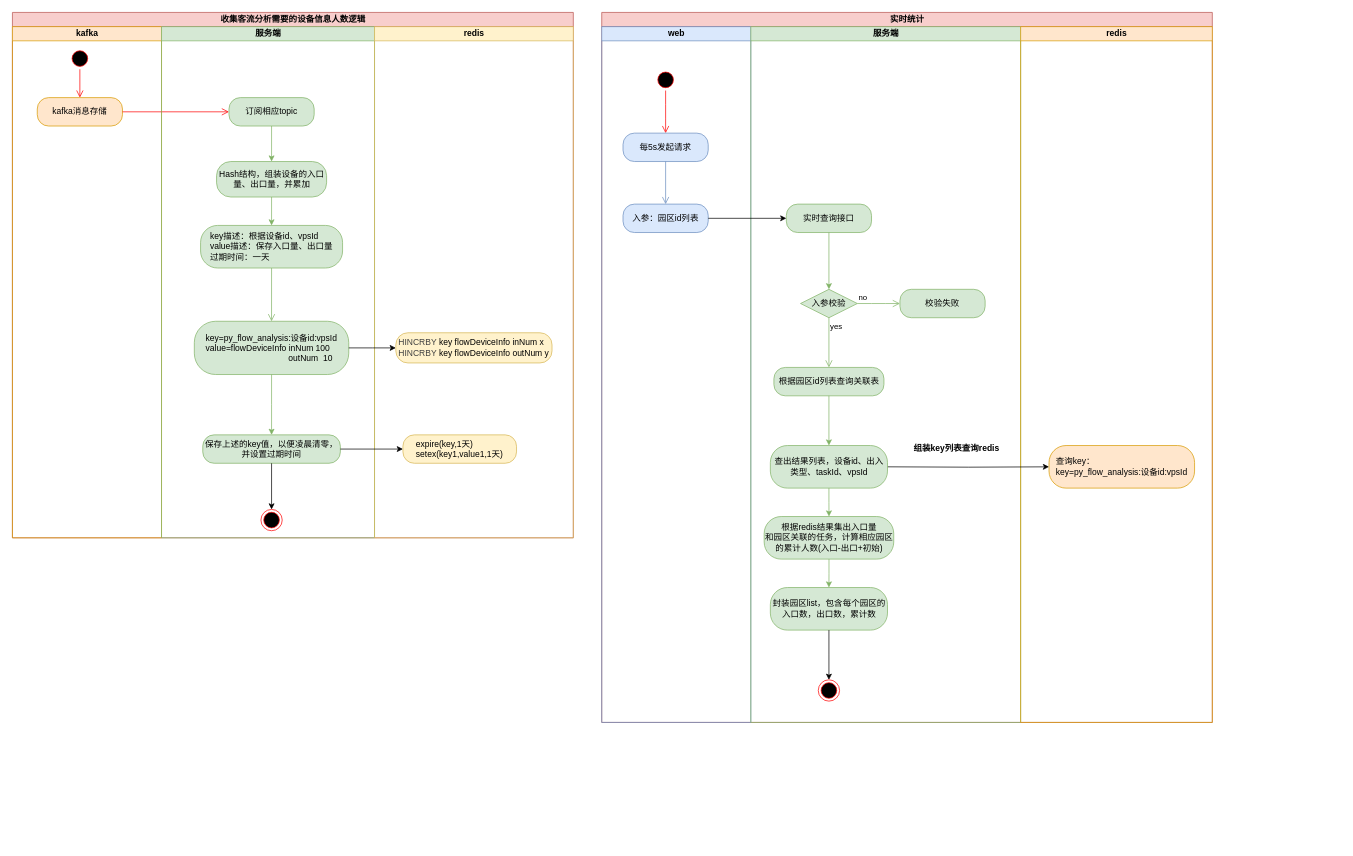
This is Untitled Diagram.drawio from yiwankb/spring-boot-demo, a draw.io file, before an edit. Source tidied: cells renumbered, new cells numbered last; positions are measured from the earlier drawing's top-left corner, leaving out a move shared by most shapes. Both pictures are drawn from the tidied source at 71%, with x=0, y=0 at pixel (12, 12).
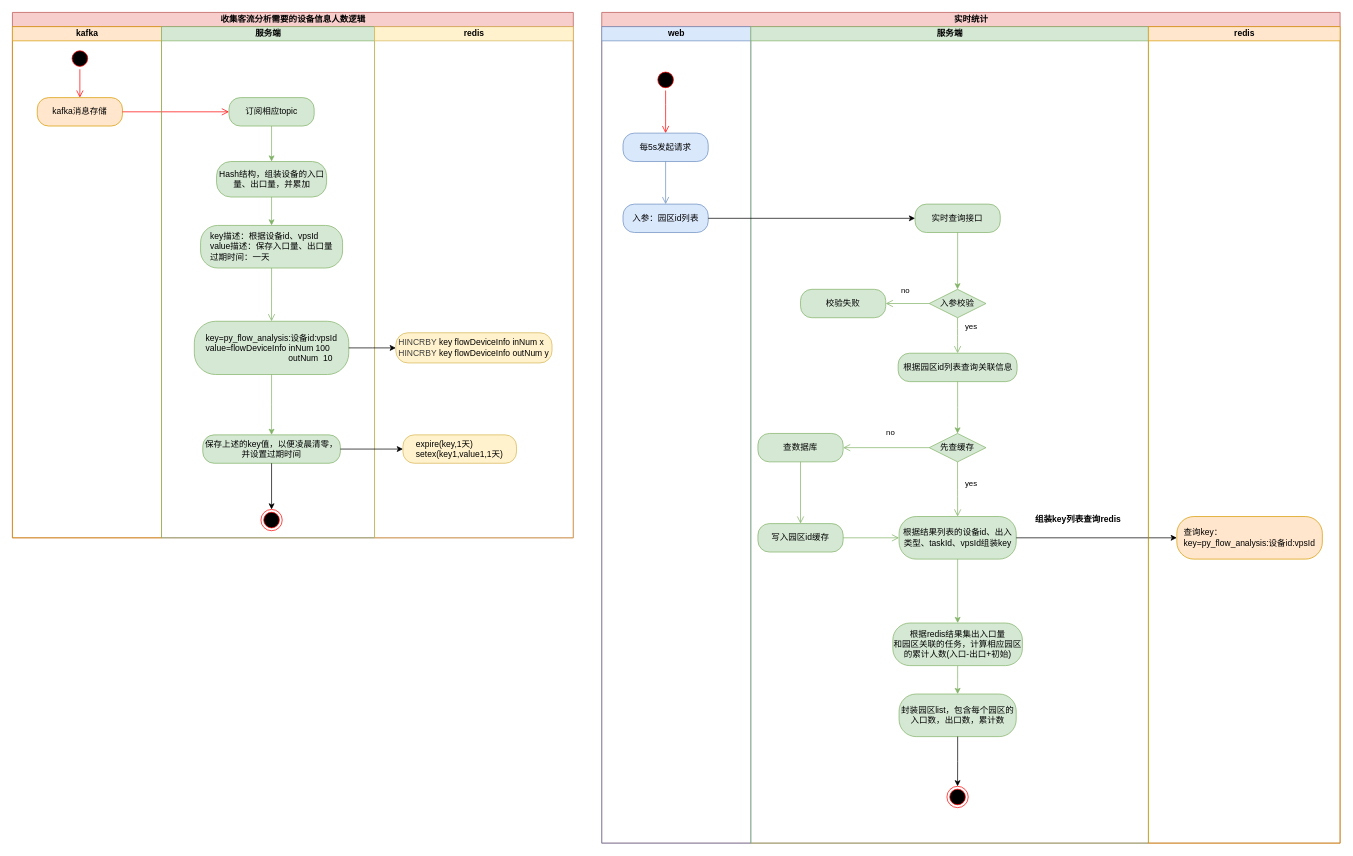
Above is the later version.

Diff of the diagram source:
```diff
@@
     <mxCell id="2" value="实时统计" style="swimlane;html=1;startSize=20;fillColor=#f8cecc;strokeColor=#b85450;" parent="1" vertex="1">
-      <mxGeometry x="830" width="860" height="1000" as="geometry" />
+      <mxGeometry x="830" width="1040" height="1170" as="geometry" />
     </mxCell>
     <mxCell id="3" value="web" style="swimlane;html=1;startSize=20;fillColor=#dae8fc;strokeColor=#6c8ebf;" parent="2" vertex="1">
-      <mxGeometry y="20" width="210" height="980" as="geometry" />
+      <mxGeometry y="20" width="210" height="1150" as="geometry" />
     </mxCell>
@@
     <mxCell id="9" value="服务端" style="swimlane;html=1;startSize=20;fillColor=#d5e8d4;strokeColor=#82b366;" parent="2" vertex="1">
-      <mxGeometry x="210" y="20" width="380" height="980" as="geometry" />
+      <mxGeometry x="210" y="20" width="560" height="1150" as="geometry" />
     </mxCell>
     <mxCell id="10" value="实时查询接口" style="rounded=1;whiteSpace=wrap;html=1;arcSize=40;fillColor=#d5e8d4;strokeColor=#82b366;" parent="9" vertex="1">
-      <mxGeometry x="50" y="250" width="120" height="40" as="geometry" />
+      <mxGeometry x="231.3" y="250" width="120" height="40" as="geometry" />
     </mxCell>
     <mxCell id="11" value="入参校验" style="rhombus;whiteSpace=wrap;html=1;fillColor=#d5e8d4;strokeColor=#82b366;" parent="9" vertex="1">
-      <mxGeometry x="70" y="370" width="80" height="40" as="geometry" />
+      <mxGeometry x="251.2" y="370" width="80" height="40" as="geometry" />
     </mxCell>
-    <mxCell id="12" value="no" style="edgeStyle=orthogonalEdgeStyle;html=1;align=left;verticalAlign=bottom;endArrow=open;endSize=8;strokeColor=#82b366;fillColor=#d5e8d4;" parent="9" edge="1" source="11">
-      <mxGeometry x="-1" relative="1" as="geometry">
-        <mxPoint x="210" y="390" as="targetPoint" />
-      </mxGeometry>
+    <mxCell id="12" value="no" style="edgeStyle=orthogonalEdgeStyle;html=1;align=left;verticalAlign=bottom;endArrow=open;endSize=8;strokeColor=#82b366;fillColor=#d5e8d4;entryX=1;entryY=0.5;entryDx=0;entryDy=0;" parent="9" edge="1" source="11" target="14">
+      <mxGeometry x="0.35" y="-10" relative="1" as="geometry" />
     </mxCell>
-    <mxCell id="13" value="yes" style="edgeStyle=orthogonalEdgeStyle;html=1;align=left;verticalAlign=top;endArrow=open;endSize=8;strokeColor=#82b366;entryX=0.5;entryY=0;entryDx=0;entryDy=0;fillColor=#d5e8d4;" parent="9" edge="1" source="11" target="15">
-      <mxGeometry x="-1" relative="1" as="geometry" />
+    <mxCell id="13" value="yes" style="edgeStyle=orthogonalEdgeStyle;html=1;align=left;verticalAlign=top;endArrow=open;endSize=8;strokeColor=#82b366;fillColor=#d5e8d4;entryX=0.5;entryY=0;entryDx=0;entryDy=0;" parent="9" edge="1" source="11" target="15">
+      <mxGeometry x="-1" y="9" relative="1" as="geometry" />
     </mxCell>
     <mxCell id="14" value="校验失败" style="rounded=1;whiteSpace=wrap;html=1;arcSize=40;fillColor=#d5e8d4;strokeColor=#82b366;" parent="9" vertex="1">
-      <mxGeometry x="210" y="370" width="120" height="40" as="geometry" />
+      <mxGeometry x="70" y="370" width="120" height="40" as="geometry" />
     </mxCell>
-    <mxCell id="15" value="根据园区id列表查询关联表" style="rounded=1;whiteSpace=wrap;html=1;arcSize=40;fillColor=#d5e8d4;strokeColor=#82b366;" parent="9" vertex="1">
-      <mxGeometry x="32.5" y="480" width="155" height="40" as="geometry" />
+    <mxCell id="15" value="根据园区id列表查询关联信息" style="rounded=1;whiteSpace=wrap;html=1;arcSize=40;fillColor=#d5e8d4;strokeColor=#82b366;" parent="9" vertex="1">
+      <mxGeometry x="207.5" y="460" width="167.5" height="40" as="geometry" />
     </mxCell>
-    <mxCell id="16" value="查出结果列表，设备id、出入类型、taskId、vpsId" style="rounded=1;whiteSpace=wrap;html=1;arcSize=40;fillColor=#d5e8d4;strokeColor=#82b366;" parent="9" vertex="1">
-      <mxGeometry x="27.5" y="590" width="165" height="60" as="geometry" />
+    <mxCell id="16" value="根据结果列表的设备id、出入类型、taskId、vpsId组装key" style="rounded=1;whiteSpace=wrap;html=1;arcSize=40;fillColor=#d5e8d4;strokeColor=#82b366;" parent="9" vertex="1">
+      <mxGeometry x="208.8" y="690" width="165" height="60" as="geometry" />
     </mxCell>
-    <mxCell id="17" style="edgeStyle=orthogonalEdgeStyle;rounded=0;jettySize=auto;html=1;fillColor=#d5e8d4;strokeColor=#82b366;" parent="9" edge="1" source="15" target="16">
-      <mxGeometry relative="1" as="geometry" />
-    </mxCell>
     <mxCell id="18" value="组装key列表查询redis" style="text;align=center;fontStyle=1;verticalAlign=middle;spacingLeft=3;spacingRight=3;strokeColor=none;" parent="9" vertex="1">
-      <mxGeometry x="250" y="580" width="80" height="26" as="geometry" />
+      <mxGeometry x="421.2" y="680" width="80" height="26" as="geometry" />
     </mxCell>
     <mxCell id="19" value="封装园区list，包含每个园区的入口数，出口数，累计数" style="rounded=1;whiteSpace=wrap;html=1;arcSize=40;fillColor=#d5e8d4;strokeColor=#82b366;" parent="9" vertex="1">
-      <mxGeometry x="27.5" y="790" width="165" height="60" as="geometry" />
+      <mxGeometry x="208.8" y="940" width="165" height="60" as="geometry" />
     </mxCell>
     <mxCell id="20" style="ellipse;html=1;shape=endState;fillColor=#000000;strokeColor=#ff0000;" parent="9" vertex="1">
-      <mxGeometry x="95" y="920" width="30" height="30" as="geometry" />
+      <mxGeometry x="276.2" y="1070" width="30" height="30" as="geometry" />
     </mxCell>
+    <mxCell id="53" value="先查缓存" style="rhombus;whiteSpace=wrap;html=1;fillColor=#d5e8d4;strokeColor=#82b366;" parent="9" vertex="1">
+      <mxGeometry x="251.2" y="573" width="80" height="40" as="geometry" />
+    </mxCell>
+    <mxCell id="54" value="no" style="edgeStyle=orthogonalEdgeStyle;html=1;align=left;verticalAlign=bottom;endArrow=open;endSize=8;strokeColor=#82b366;entryX=1;entryY=0.5;entryDx=0;entryDy=0;fillColor=#d5e8d4;" parent="9" edge="1" source="53" target="57">
+      <mxGeometry x="0.02" y="-13" relative="1" as="geometry" />
+    </mxCell>
+    <mxCell id="55" value="yes" style="edgeStyle=orthogonalEdgeStyle;html=1;align=left;verticalAlign=top;endArrow=open;endSize=8;strokeColor=#82b366;entryX=0.5;entryY=0;entryDx=0;entryDy=0;fillColor=#d5e8d4;" parent="9" edge="1" source="53" target="16">
+      <mxGeometry x="-0.56" y="9" relative="1" as="geometry" />
+    </mxCell>
+    <mxCell id="56" style="edgeStyle=orthogonalEdgeStyle;rounded=0;jettySize=auto;html=1;fillColor=#d5e8d4;strokeColor=#82b366;exitX=0.5;exitY=1;exitDx=0;exitDy=0;entryX=0.5;entryY=0;entryDx=0;entryDy=0;" parent="9" edge="1" source="15" target="53">
+      <mxGeometry relative="1" as="geometry" />
+    </mxCell>
+    <mxCell id="57" value="查数据库" style="rounded=1;whiteSpace=wrap;html=1;arcSize=40;fillColor=#d5e8d4;strokeColor=#82b366;" parent="9" vertex="1">
+      <mxGeometry x="10" y="573" width="120" height="40" as="geometry" />
+    </mxCell>
+    <mxCell id="58" style="edgeStyle=orthogonalEdgeStyle;html=1;verticalAlign=bottom;endArrow=open;endSize=8;strokeColor=#82b366;entryX=0.5;entryY=0;entryDx=0;entryDy=0;fillColor=#d5e8d4;" parent="9" edge="1" source="57" target="59">
+      <mxGeometry relative="1" as="geometry" />
+    </mxCell>
+    <mxCell id="59" value="写入园区id缓存" style="rounded=1;whiteSpace=wrap;html=1;arcSize=40;fillColor=#d5e8d4;strokeColor=#82b366;" parent="9" vertex="1">
+      <mxGeometry x="10" y="700" width="120" height="40" as="geometry" />
+    </mxCell>
+    <mxCell id="60" style="edgeStyle=orthogonalEdgeStyle;html=1;verticalAlign=bottom;endArrow=open;endSize=8;strokeColor=#82b366;entryX=0;entryY=0.5;entryDx=0;entryDy=0;fillColor=#d5e8d4;" parent="9" edge="1" source="59" target="16">
+      <mxGeometry relative="1" as="geometry" />
+    </mxCell>
+    <mxCell id="24" style="edgeStyle=orthogonalEdgeStyle;rounded=0;jettySize=auto;html=1;exitX=1;exitY=0.5;exitDx=0;exitDy=0;" parent="2" edge="1" source="16" target="22">
+      <mxGeometry relative="1" as="geometry" />
+    </mxCell>
     <mxCell id="21" value="redis" style="swimlane;html=1;startSize=20;fillColor=#ffe6cc;strokeColor=#d79b00;" parent="2" vertex="1">
-      <mxGeometry x="590" y="20" width="270" height="980" as="geometry" />
+      <mxGeometry x="770" y="20" width="270" height="1150" as="geometry" />
     </mxCell>
     <mxCell id="22" value="&lt;div style=&quot;text-align: left&quot;&gt;查询key：&lt;/div&gt;&lt;span style=&quot;text-align: left&quot;&gt;key=py_flow_analysis:设备id:vpsId&lt;/span&gt;" style="rounded=1;whiteSpace=wrap;html=1;arcSize=40;fillColor=#ffe6cc;strokeColor=#d79b00;" parent="21" vertex="1">
-      <mxGeometry x="40" y="590" width="205" height="60" as="geometry" />
+      <mxGeometry x="40" y="690" width="205" height="60" as="geometry" />
     </mxCell>
@@
-    <mxCell id="24" style="edgeStyle=orthogonalEdgeStyle;rounded=0;jettySize=auto;html=1;" parent="2" edge="1" target="22">
-      <mxGeometry relative="1" as="geometry">
-        <mxPoint x="403" y="640" as="sourcePoint" />
-      </mxGeometry>
-    </mxCell>
     <mxCell id="25" style="edgeStyle=orthogonalEdgeStyle;rounded=0;jettySize=auto;html=1;fillColor=#d5e8d4;strokeColor=#82b366;" parent="1" edge="1" source="10">
       <mxGeometry relative="1" as="geometry">
-        <mxPoint x="1150" y="390" as="targetPoint" />
+        <mxPoint x="1331.2" y="390" as="targetPoint" />
       </mxGeometry>
     </mxCell>
@@
     <mxCell id="50" value="根据redis结果集出入口量&lt;br&gt;和园区关联的任务，计算相应园区的累计人数(入口-出口+初始)" style="rounded=1;whiteSpace=wrap;html=1;arcSize=40;fillColor=#d5e8d4;strokeColor=#82b366;" parent="1" vertex="1">
-      <mxGeometry x="1058.8" y="710" width="182.5" height="60" as="geometry" />
+      <mxGeometry x="1240" y="860" width="182.5" height="60" as="geometry" />
     </mxCell>
@@
     <mxCell id="52" style="edgeStyle=orthogonalEdgeStyle;rounded=0;jettySize=auto;html=1;" parent="1" edge="1" source="19">
       <mxGeometry relative="1" as="geometry">
-        <mxPoint x="1150" y="940" as="targetPoint" />
+        <mxPoint x="1331.2" y="1090" as="targetPoint" />
       </mxGeometry>
     </mxCell>
```
